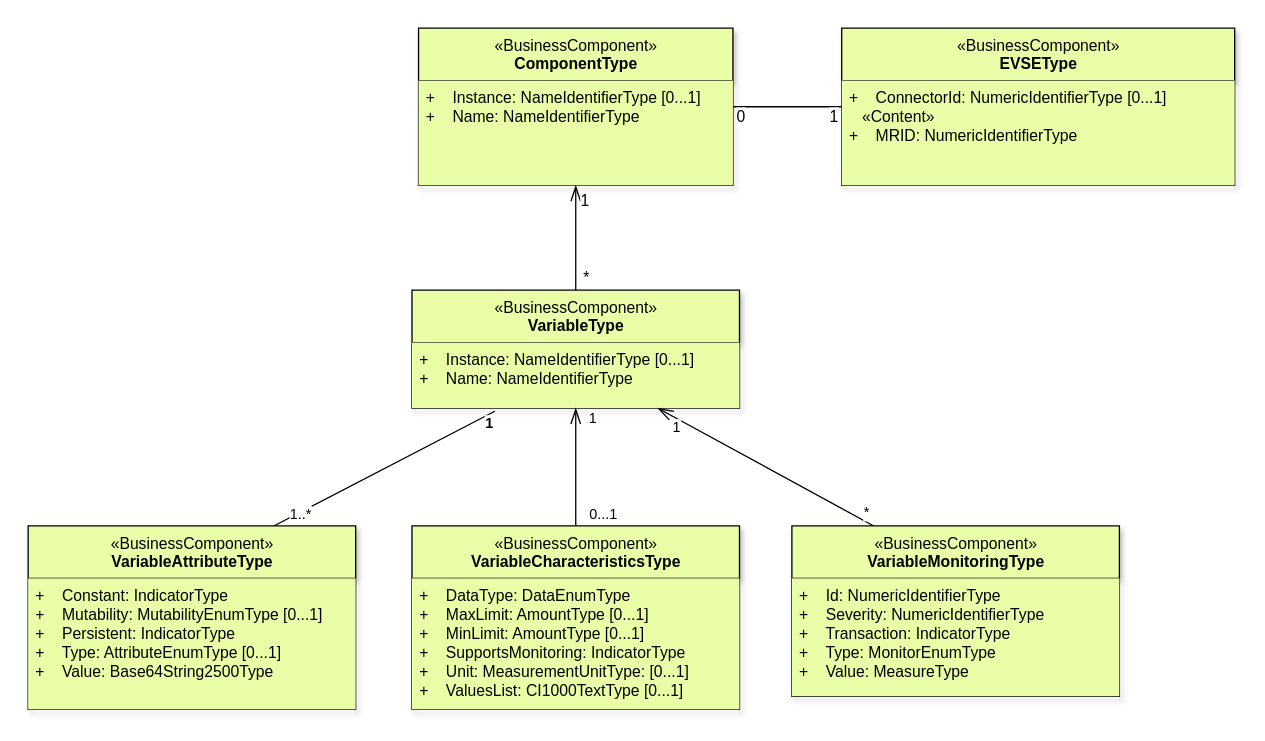
Earlier version of the draw.io diagram OCPP_2.0.1/plantuml/figure_5.drawio (phoi5675/ocpp-markdown). Source tidied: cells renumbered, new cells numbered last; positions are measured from the earlier drawing's top-left corner, leaving out a move shared by most shapes. Both pictures are drawn from the tidied source at 131%, with x=0, y=0 at pixel (28, 28).
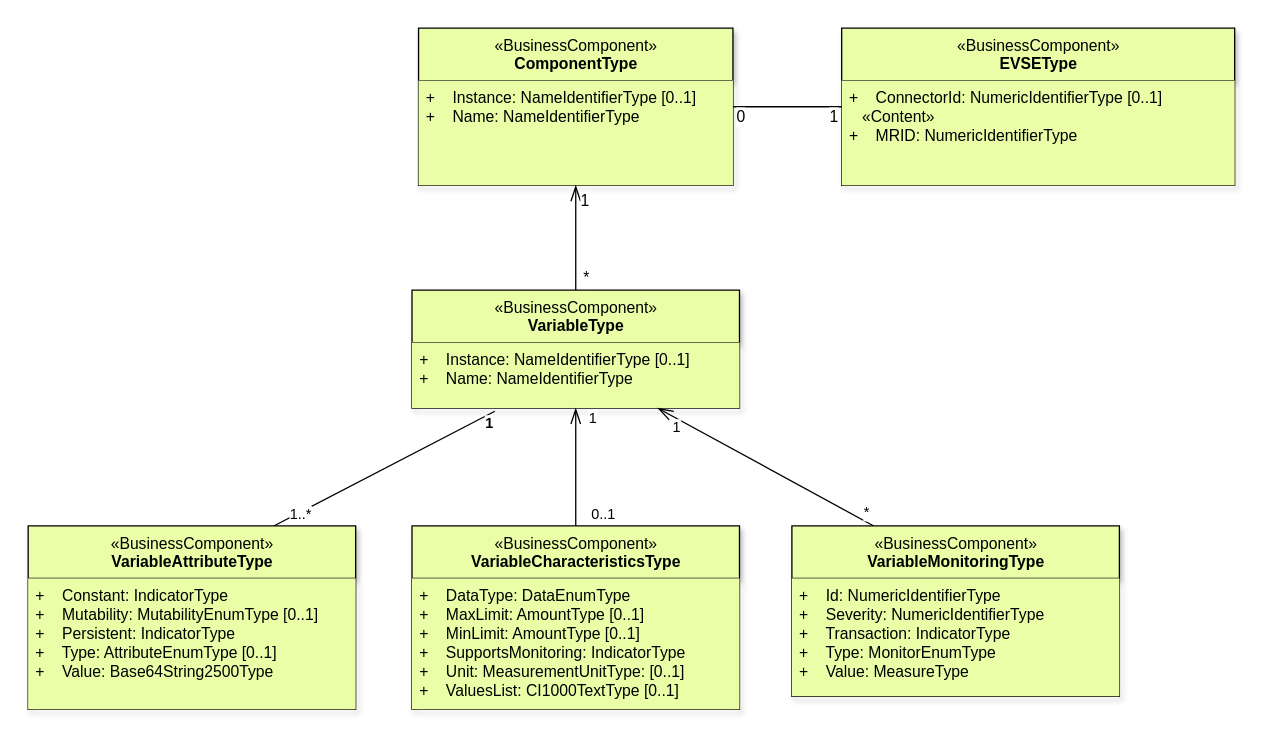
After the change.

Unchanged cells that the change refers to:
```xml
<mxCell id="2" value="&lt;font style=&quot;font-size: 12px;&quot;&gt;&lt;span style=&quot;background-color: initial; font-size: 12px;&quot;&gt;«BusinessComponent»&lt;br style=&quot;font-size: 12px;&quot;&gt;&lt;/span&gt;&lt;b style=&quot;font-size: 12px;&quot;&gt;ComponentType&lt;/b&gt;&lt;/font&gt;" style="swimlane;fontStyle=0;align=center;verticalAlign=top;horizontal=1;startSize=40;html=1;fillColor=#e9fea7;shadow=1;fontSize=12;" parent="1" vertex="1">
  <mxGeometry x="298" width="240" height="120" as="geometry" />
</mxCell>
<mxCell id="4" value="&lt;font style=&quot;font-size: 12px;&quot;&gt;&lt;span style=&quot;background-color: initial; font-size: 12px;&quot;&gt;«BusinessComponent»&lt;br style=&quot;font-size: 12px;&quot;&gt;&lt;/span&gt;&lt;b style=&quot;font-size: 12px;&quot;&gt;VariableType&lt;/b&gt;&lt;/font&gt;" style="swimlane;fontStyle=0;align=center;verticalAlign=top;horizontal=1;startSize=40;html=1;fillColor=#e9fea7;rounded=0;shadow=1;fontSize=12;" parent="1" vertex="1">
  <mxGeometry x="293" y="200" width="250" height="90" as="geometry" />
</mxCell>
<mxCell id="6" value="&lt;font style=&quot;font-size: 12px;&quot;&gt;&lt;span style=&quot;background-color: initial; font-size: 12px;&quot;&gt;«BusinessComponent»&lt;br style=&quot;font-size: 12px;&quot;&gt;&lt;/span&gt;&lt;b style=&quot;font-size: 12px;&quot;&gt;EVSEType&lt;/b&gt;&lt;/font&gt;" style="swimlane;fontStyle=0;align=center;verticalAlign=top;horizontal=1;startSize=40;html=1;fillColor=#e9fea7;shadow=1;fontSize=12;" parent="1" vertex="1">
  <mxGeometry x="621" width="300" height="120" as="geometry" />
</mxCell>
<mxCell id="17" value="&lt;font style=&quot;font-size: 12px;&quot;&gt;&lt;span style=&quot;background-color: initial; font-size: 12px;&quot;&gt;«BusinessComponent»&lt;br style=&quot;font-size: 12px;&quot;&gt;&lt;/span&gt;&lt;b style=&quot;font-size: 12px;&quot;&gt;VariableAttributeType&lt;/b&gt;&lt;/font&gt;" style="swimlane;fontStyle=0;align=center;verticalAlign=top;horizontal=1;startSize=40;html=1;fillColor=#e9fea7;rounded=0;shadow=1;fontSize=12;" parent="1" vertex="1">
  <mxGeometry y="380" width="250" height="140" as="geometry" />
</mxCell>
<mxCell id="19" style="edgeStyle=none;html=1;exitX=0.5;exitY=0;exitDx=0;exitDy=0;endArrow=openThin;endFill=0;endSize=10;entryX=0.5;entryY=1;entryDx=0;entryDy=0;" parent="1" edge="1" source="22" target="4">
  <mxGeometry relative="1" as="geometry" />
</mxCell>
<mxCell id="22" value="&lt;font style=&quot;font-size: 12px;&quot;&gt;&lt;span style=&quot;background-color: initial; font-size: 12px;&quot;&gt;«BusinessComponent»&lt;br style=&quot;font-size: 12px;&quot;&gt;&lt;/span&gt;&lt;b style=&quot;font-size: 12px;&quot;&gt;VariableCharacteristicsType&lt;/b&gt;&lt;/font&gt;" style="swimlane;fontStyle=0;align=center;verticalAlign=top;horizontal=1;startSize=40;html=1;fillColor=#e9fea7;rounded=0;shadow=1;fontSize=12;" parent="1" vertex="1">
  <mxGeometry x="293" y="380" width="250" height="140" as="geometry" />
</mxCell>
```

What changed in the source:
```diff
@@
-    <mxCell id="3" value="+&amp;nbsp; &amp;nbsp; Instance: NameIdentifierType [0...1]&lt;br style=&quot;font-size: 12px;&quot;&gt;+&amp;nbsp; &amp;nbsp; Name: NameIdentifierType" style="text;html=1;strokeColor=none;fillColor=#e9fea7;align=left;verticalAlign=top;spacingLeft=4;spacingRight=4;overflow=hidden;points=[[0,0.5],[1,0.5]];portConstraint=eastwest;fontSize=12;" parent="2" vertex="1">
+    <mxCell id="3" value="+&amp;nbsp; &amp;nbsp; Instance: NameIdentifierType [0..1]&lt;br style=&quot;font-size: 12px;&quot;&gt;+&amp;nbsp; &amp;nbsp; Name: NameIdentifierType" style="text;html=1;strokeColor=none;fillColor=#e9fea7;align=left;verticalAlign=top;spacingLeft=4;spacingRight=4;overflow=hidden;points=[[0,0.5],[1,0.5]];portConstraint=eastwest;fontSize=12;" parent="2" vertex="1">
       <mxGeometry y="40" width="240" height="80" as="geometry" />
     </mxCell>
@@
-    <mxCell id="5" value="+&amp;nbsp; &amp;nbsp; Instance: NameIdentifierType [0...1]&lt;br style=&quot;font-size: 12px;&quot;&gt;+&amp;nbsp; &amp;nbsp; Name: NameIdentifierType" style="text;html=1;strokeColor=none;fillColor=#e9fea7;align=left;verticalAlign=top;spacingLeft=4;spacingRight=4;overflow=hidden;points=[[0,0.5],[1,0.5]];portConstraint=eastwest;fontSize=12;" parent="4" vertex="1">
+    <mxCell id="5" value="+&amp;nbsp; &amp;nbsp; Instance: NameIdentifierType [0..1]&lt;br style=&quot;font-size: 12px;&quot;&gt;+&amp;nbsp; &amp;nbsp; Name: NameIdentifierType" style="text;html=1;strokeColor=none;fillColor=#e9fea7;align=left;verticalAlign=top;spacingLeft=4;spacingRight=4;overflow=hidden;points=[[0,0.5],[1,0.5]];portConstraint=eastwest;fontSize=12;" parent="4" vertex="1">
       <mxGeometry y="40" width="250" height="50" as="geometry" />
     </mxCell>
@@
-    <mxCell id="7" value="+&amp;nbsp; &amp;nbsp; ConnectorId: NumericIdentifierType [0...1]&lt;br style=&quot;font-size: 12px;&quot;&gt;&lt;span style=&quot;text-align: center; font-size: 12px;&quot;&gt;&amp;nbsp; &amp;nbsp;«Content»&lt;/span&gt;&lt;br style=&quot;font-size: 12px;&quot;&gt;+&amp;nbsp; &amp;nbsp; MRID: NumericIdentifierType" style="text;html=1;strokeColor=none;fillColor=#e9fea7;align=left;verticalAlign=top;spacingLeft=4;spacingRight=4;overflow=hidden;fontSize=12;" parent="6" vertex="1">
+    <mxCell id="7" value="+&amp;nbsp; &amp;nbsp; ConnectorId: NumericIdentifierType [0..1]&lt;br style=&quot;font-size: 12px;&quot;&gt;&lt;span style=&quot;text-align: center; font-size: 12px;&quot;&gt;&amp;nbsp; &amp;nbsp;«Content»&lt;/span&gt;&lt;br style=&quot;font-size: 12px;&quot;&gt;+&amp;nbsp; &amp;nbsp; MRID: NumericIdentifierType" style="text;html=1;strokeColor=none;fillColor=#e9fea7;align=left;verticalAlign=top;spacingLeft=4;spacingRight=4;overflow=hidden;fontSize=12;" parent="6" vertex="1">
       <mxGeometry y="40" width="300" height="80" as="geometry" />
     </mxCell>
@@
-    <mxCell id="18" value="+&amp;nbsp; &amp;nbsp; Constant: IndicatorType&lt;br style=&quot;font-size: 12px;&quot;&gt;+&amp;nbsp; &amp;nbsp; Mutability: MutabilityEnumType [0...1]&lt;br&gt;+&amp;nbsp; &amp;nbsp; Persistent: IndicatorType&lt;br&gt;+&amp;nbsp; &amp;nbsp; Type: AttributeEnumType [0...1]&lt;br&gt;+&amp;nbsp; &amp;nbsp; Value: Base64String2500Type" style="text;html=1;strokeColor=none;fillColor=#e9fea7;align=left;verticalAlign=top;spacingLeft=4;spacingRight=4;overflow=hidden;fontSize=12;" parent="17" vertex="1">
+    <mxCell id="18" value="+&amp;nbsp; &amp;nbsp; Constant: IndicatorType&lt;br style=&quot;font-size: 12px;&quot;&gt;+&amp;nbsp; &amp;nbsp; Mutability: MutabilityEnumType [0..1]&lt;br&gt;+&amp;nbsp; &amp;nbsp; Persistent: IndicatorType&lt;br&gt;+&amp;nbsp; &amp;nbsp; Type: AttributeEnumType [0..1]&lt;br&gt;+&amp;nbsp; &amp;nbsp; Value: Base64String2500Type" style="text;html=1;strokeColor=none;fillColor=#e9fea7;align=left;verticalAlign=top;spacingLeft=4;spacingRight=4;overflow=hidden;fontSize=12;" parent="17" vertex="1">
       <mxGeometry y="40" width="250" height="100" as="geometry" />
     </mxCell>
@@
-    <mxCell id="20" value="0...1" style="edgeLabel;html=1;align=center;verticalAlign=middle;" parent="19" vertex="1">
+    <mxCell id="20" value="0..1" style="edgeLabel;html=1;align=center;verticalAlign=middle;" parent="19" vertex="1">
       <mxGeometry x="-0.78" y="-1" relative="1" as="geometry">
         <mxPoint x="19" as="offset" />
       </mxGeometry>
     </mxCell>
@@
-    <mxCell id="23" value="+&amp;nbsp; &amp;nbsp; DataType: DataEnumType&lt;br&gt;+&amp;nbsp; &amp;nbsp; MaxLimit: AmountType [0...1]&lt;br&gt;+&amp;nbsp; &amp;nbsp; MinLimit: AmountType [0...1]&lt;br&gt;+&amp;nbsp; &amp;nbsp; SupportsMonitoring: IndicatorType&lt;br&gt;+&amp;nbsp; &amp;nbsp; Unit: MeasurementUnitType: [0...1]&lt;br&gt;+&amp;nbsp; &amp;nbsp; ValuesList: CI1000TextType [0...1]" style="text;html=1;strokeColor=none;fillColor=#e9fea7;align=left;verticalAlign=top;spacingLeft=4;spacingRight=4;overflow=hidden;fontSize=12;" parent="22" vertex="1">
+    <mxCell id="23" value="+&amp;nbsp; &amp;nbsp; DataType: DataEnumType&lt;br&gt;+&amp;nbsp; &amp;nbsp; MaxLimit: AmountType [0..1]&lt;br&gt;+&amp;nbsp; &amp;nbsp; MinLimit: AmountType [0..1]&lt;br&gt;+&amp;nbsp; &amp;nbsp; SupportsMonitoring: IndicatorType&lt;br&gt;+&amp;nbsp; &amp;nbsp; Unit: MeasurementUnitType: [0..1]&lt;br&gt;+&amp;nbsp; &amp;nbsp; ValuesList: CI1000TextType [0..1]" style="text;html=1;strokeColor=none;fillColor=#e9fea7;align=left;verticalAlign=top;spacingLeft=4;spacingRight=4;overflow=hidden;fontSize=12;" parent="22" vertex="1">
       <mxGeometry y="40" width="250" height="100" as="geometry" />
     </mxCell>
```
